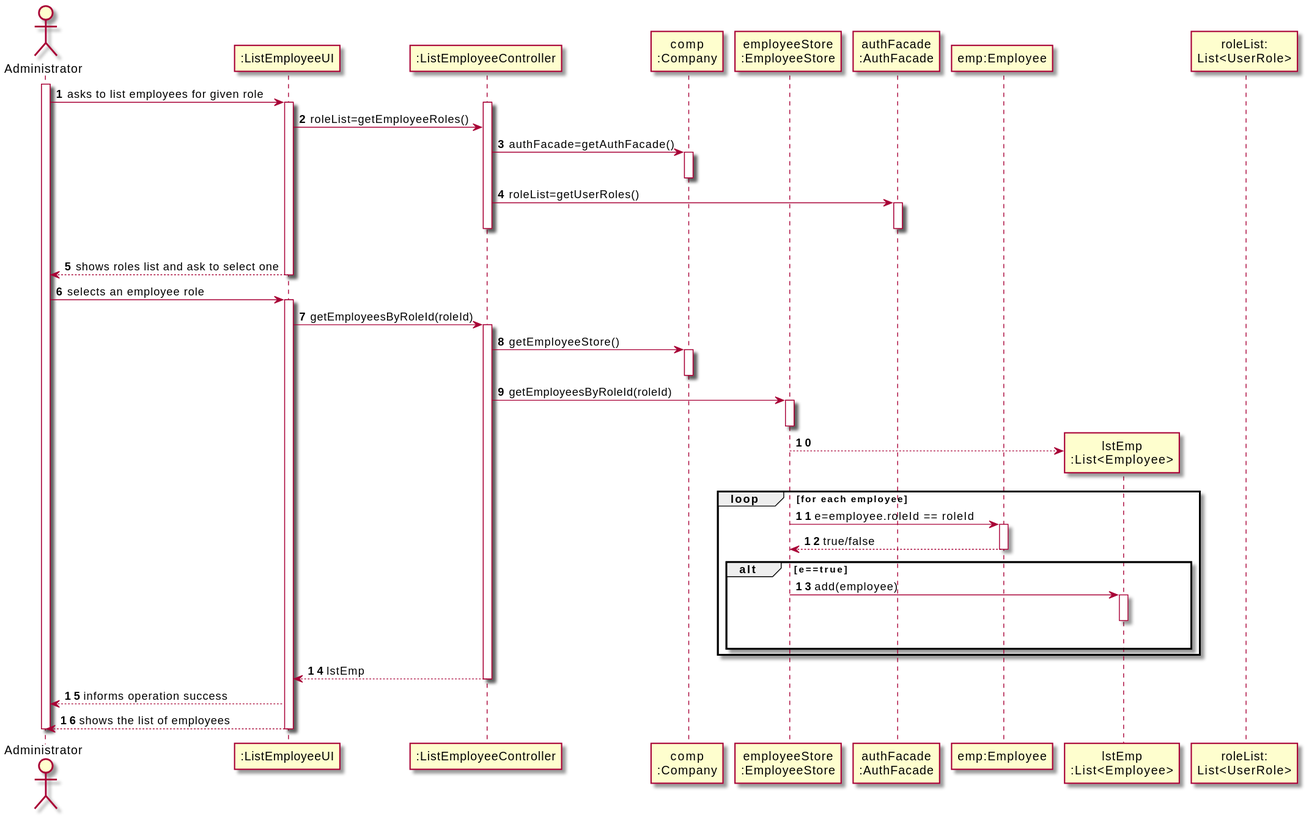
The PlantUML diagram docs/SprintB/US11/SD/US11_SD.svg in miseEnPlace-i/lapr2, before a commit.
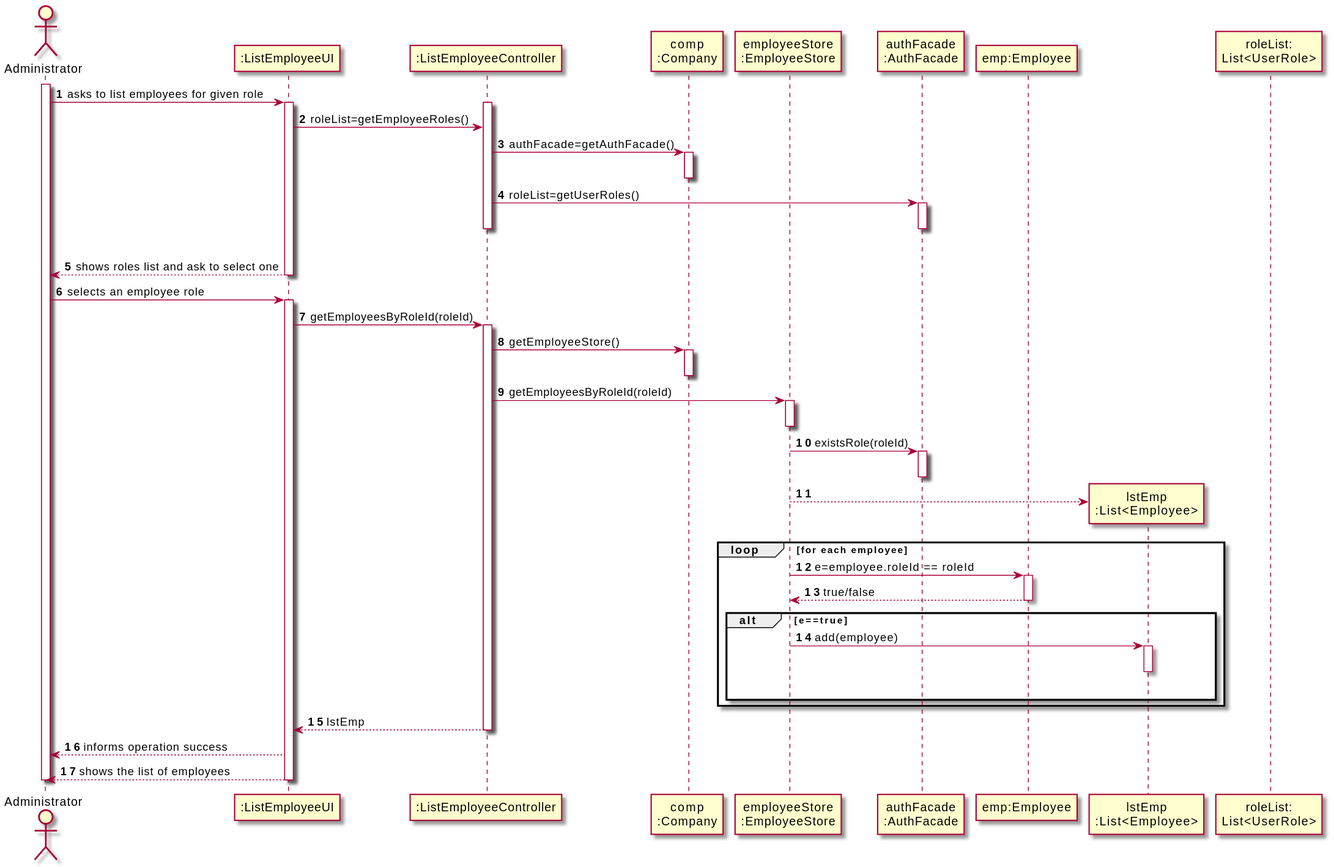
Later version of the same file.

Change to the diagram source:
```diff
@@ -40,6 +40,9 @@
 CTRL -> EMPS: getEmployeesByRoleId(roleId)
 activate EMPS
 deactivate EMPS
+EMPS -> AUTH: existsRole(roleId)
+activate AUTH
+deactivate AUTH
 create "lstEmp\n:List<Employee>" as LST
 EMPS --> LST
 
```
